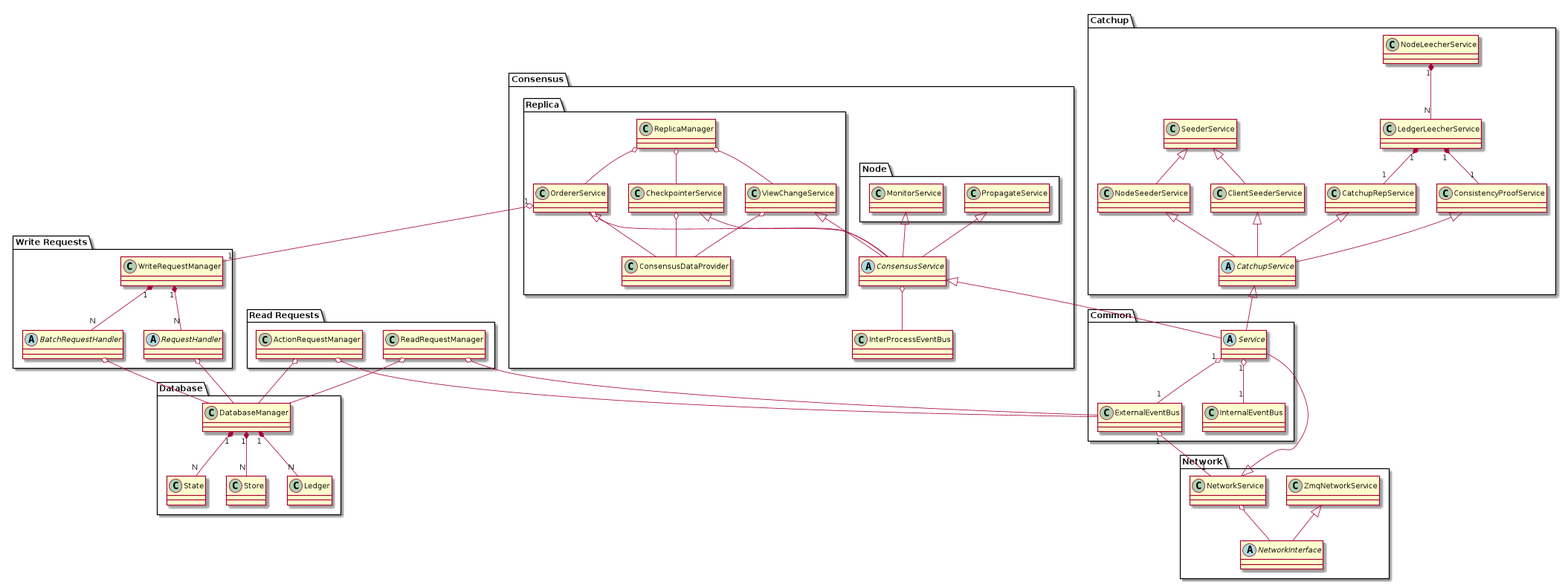
Above: design/plenum_2_0_architecture_class.png in hyperledger/indy-plenum (PlantUML), before the change. Source of this version:
```plantuml
@startuml



package Database {
DatabaseManager "1" *-- "N" Ledger
DatabaseManager "1" *-- "N" State
DatabaseManager "1" *-- "N" Store
}

package Common {
abstract class Service
Service "1" o-- "1" InternalEventBus
Service "1" o-- "1" ExternalEventBus
}

package "Write Requests" {


abstract class BatchRequestHandler
abstract class RequestHandler

WriteRequestManager "1" *-- "N" BatchRequestHandler
WriteRequestManager "1" *-- "N" RequestHandler

BatchRequestHandler o-- DatabaseManager
RequestHandler o-- DatabaseManager

}


package "Read Requests" {

ReadRequestManager o-- DatabaseManager
ActionRequestManager o-- DatabaseManager
ReadRequestManager o-- ExternalEventBus
ActionRequestManager o-- ExternalEventBus

}


package Consensus {
abstract class ConsensusService
ConsensusService <|-- Service
ConsensusService o-- InterProcessEventBus

package "Node" {
PropagateService <|-- ConsensusService
MonitorService <|-- ConsensusService
}

package Replica {
OrdererService <|-- ConsensusService
CheckpointerService <|-- ConsensusService
ViewChangeService <|-- ConsensusService

ReplicaManager o-- OrdererService
ReplicaManager o-- CheckpointerService
ReplicaManager o-- ViewChangeService
ViewChangeService o-- ConsensusDataProvider
OrdererService o-- ConsensusDataProvider
CheckpointerService o-- ConsensusDataProvider
}





}

package Catchup {
abstract class CatchupService
CatchupService <|-- Service

NodeLeecherService "1" *-- "N" LedgerLeecherService
LedgerLeecherService "1" *-- "1" ConsistencyProofService
LedgerLeecherService "1" *-- "1" CatchupRepService

SeederService <|-- ClientSeederService
SeederService <|-- NodeSeederService


CatchupRepService <|-- CatchupService
ConsistencyProofService <|-- CatchupService
ClientSeederService <|-- CatchupService
NodeSeederService <|-- CatchupService
}


package Network {
abstract class NetworkInterface
ZmqNetworkService <|-- NetworkInterface
NetworkService <|-- Service
NetworkService o-- NetworkInterface
}





ExternalEventBus "1" o-- "1" NetworkService
OrdererService "1" o-- "1" WriteRequestManager

@enduml
```
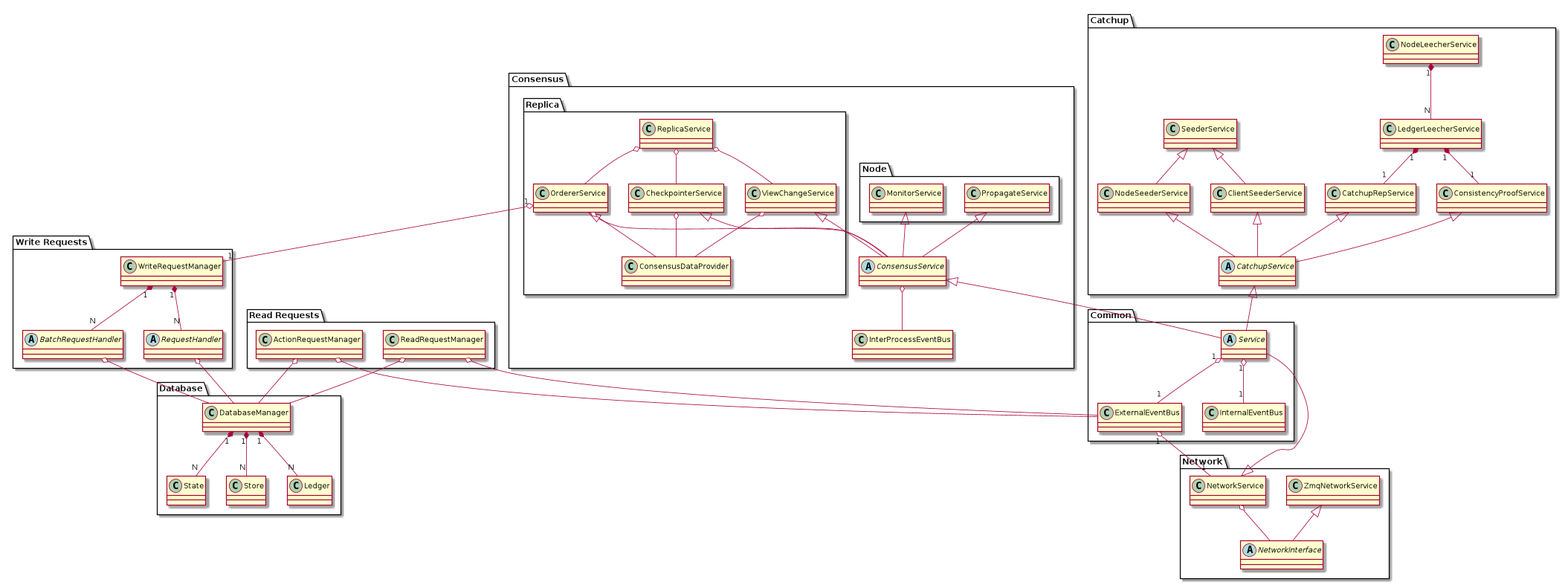
After the commit.

Change to the diagram source:
```diff
@@ -54,9 +54,9 @@
 CheckpointerService <|-- ConsensusService
 ViewChangeService <|-- ConsensusService
 
-ReplicaManager o-- OrdererService
-ReplicaManager o-- CheckpointerService
-ReplicaManager o-- ViewChangeService
+ReplicaService o-- OrdererService
+ReplicaService o-- CheckpointerService
+ReplicaService o-- ViewChangeService
 ViewChangeService o-- ConsensusDataProvider
 OrdererService o-- ConsensusDataProvider
 CheckpointerService o-- ConsensusDataProvider
```
